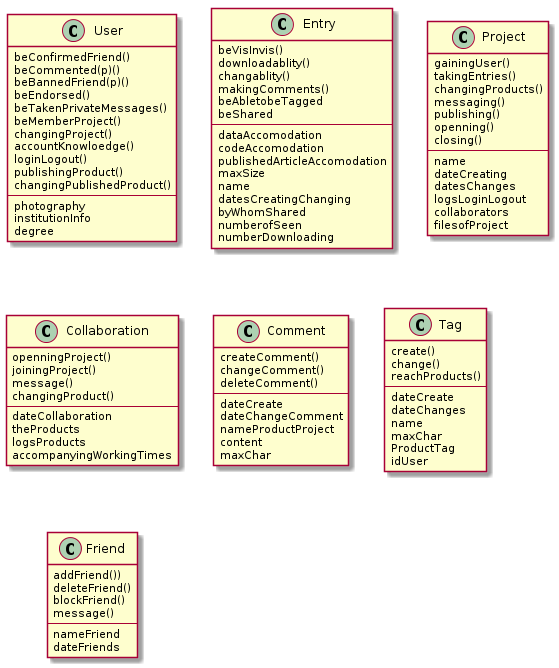
The PlantUML diagram class_scheme.png in icandac/uml_graphics, before a commit.
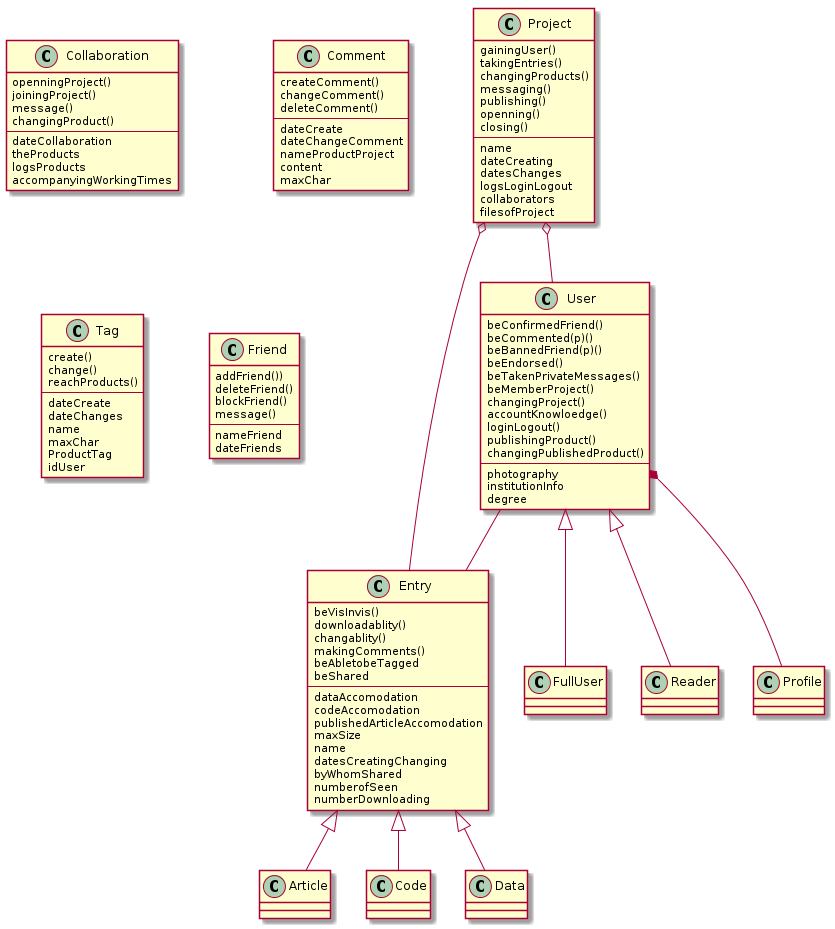
After the change.

Commit message:
fundamental relations has been added.

Change to the diagram source:
```diff
@@ -101,5 +101,23 @@
 	dateFriends
 }
 
+Class User <|-- Class FullUser
+
+Class User <|-- Class Reader
+
+Class User *-- Class Profile
+
+Class Entry <|-- Class Article
+
+Class Entry <|-- Class Code
+
+Class Entry <|-- Class Data
+
+Class Project o-- Class Entry
+
+Class Project o-- Class User
+
+Class User -- Class Entry
+
 
 @enduml
```
